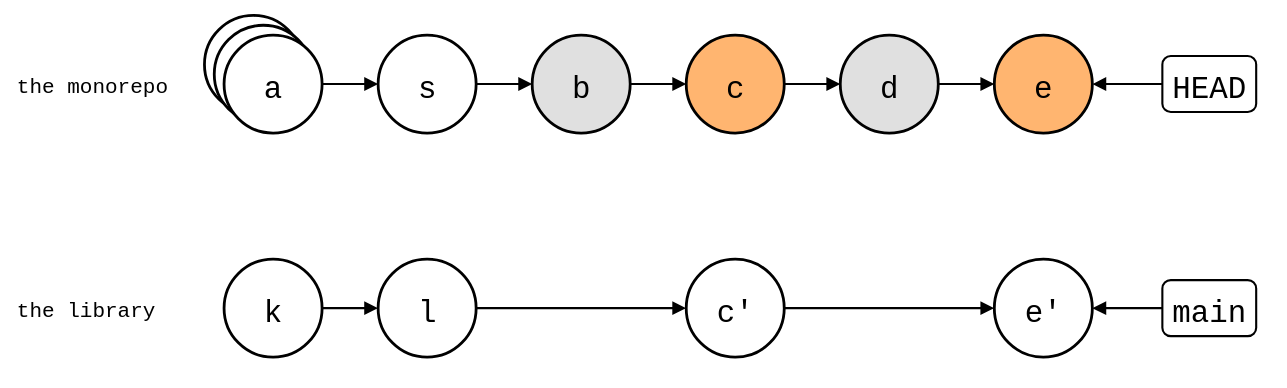
Above: test/comparisons/git-subtree-splice.drawio.svg in roschaefer/git-splice (draw.io), before the change. Source tidied: cells renumbered, new cells last; positions are measured from the earlier drawing's top-left corner, leaving out a move shared by most shapes.
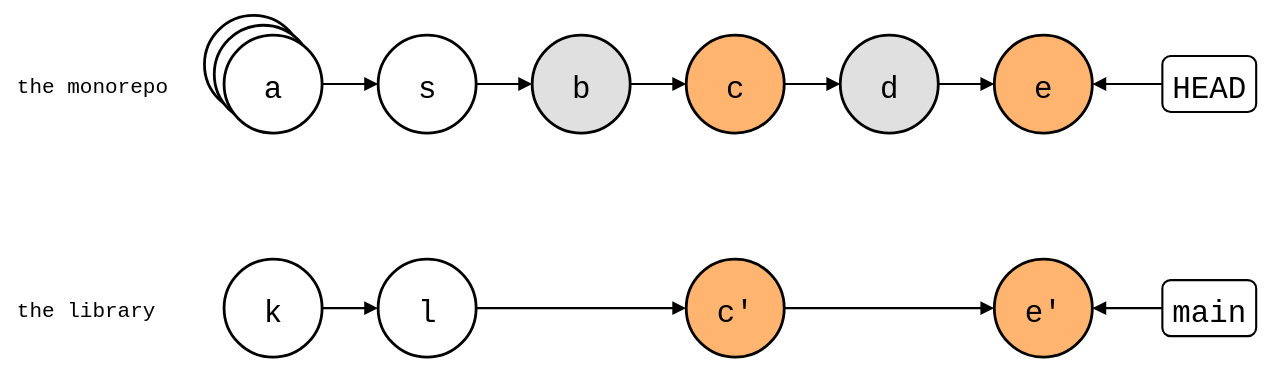
After the change.

What changed in the source:
```diff
@@ -38,10 +38,10 @@
     <mxCell id="13" value="l" style="ellipse;strokeWidth=2;fontSize=22;fontFamily=Roboto Mono,monospace;" parent="1" vertex="1">
       <mxGeometry x="260" y="174" width="70" height="70" as="geometry" />
     </mxCell>
-    <mxCell id="14" value="c'" style="ellipse;strokeWidth=2;fontSize=22;fontFamily=Roboto Mono,monospace;" parent="1" vertex="1">
+    <mxCell id="14" value="c'" style="ellipse;strokeWidth=2;fontSize=22;fontFamily=Roboto Mono,monospace;fillColor=#FFB570;" parent="1" vertex="1">
       <mxGeometry x="480" y="174" width="70" height="70" as="geometry" />
     </mxCell>
-    <mxCell id="15" value="e'" style="ellipse;strokeWidth=2;fontSize=22;fontFamily=Roboto Mono,monospace;" parent="1" vertex="1">
+    <mxCell id="15" value="e'" style="ellipse;strokeWidth=2;fontSize=22;fontFamily=Roboto Mono,monospace;fillColor=#FFB570;" parent="1" vertex="1">
       <mxGeometry x="700" y="174" width="70" height="70" as="geometry" />
     </mxCell>
     <mxCell id="16" value="HEAD" style="rounded=1;strokeWidth=1.5;fontSize=22;fontFamily=Roboto Mono,monospace;" parent="1" vertex="1">
```
